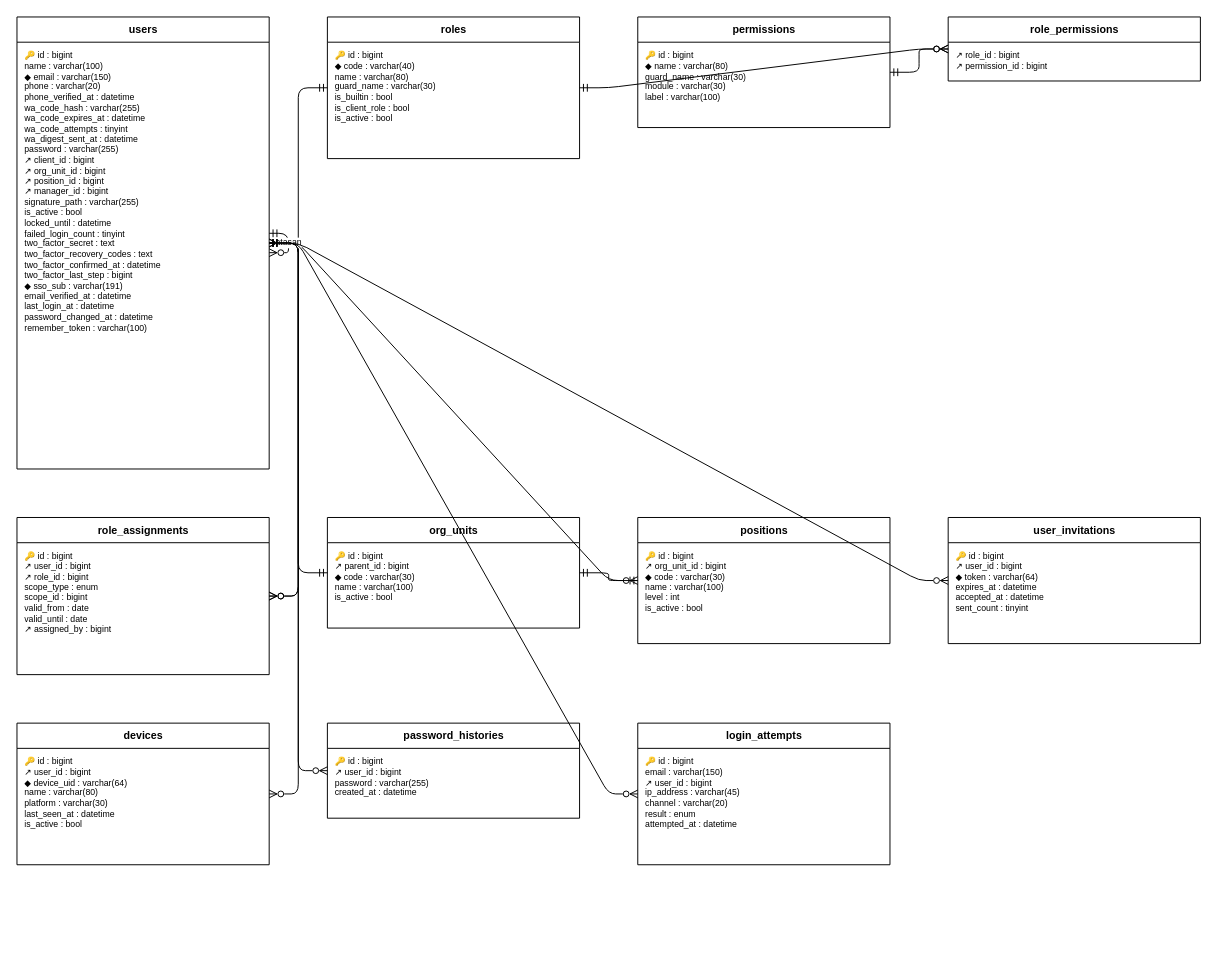
This is docs/diagram/erd-akses.drawio from HengkyDarmawan/wms, a draw.io file, before an edit. Source tidied: cells renumbered, new cells numbered last; positions are measured from the earlier drawing's top-left corner, leaving out a move shared by most shapes. Both pictures are drawn from the tidied source at 97%, with x=0, y=0 at pixel (16, 16).
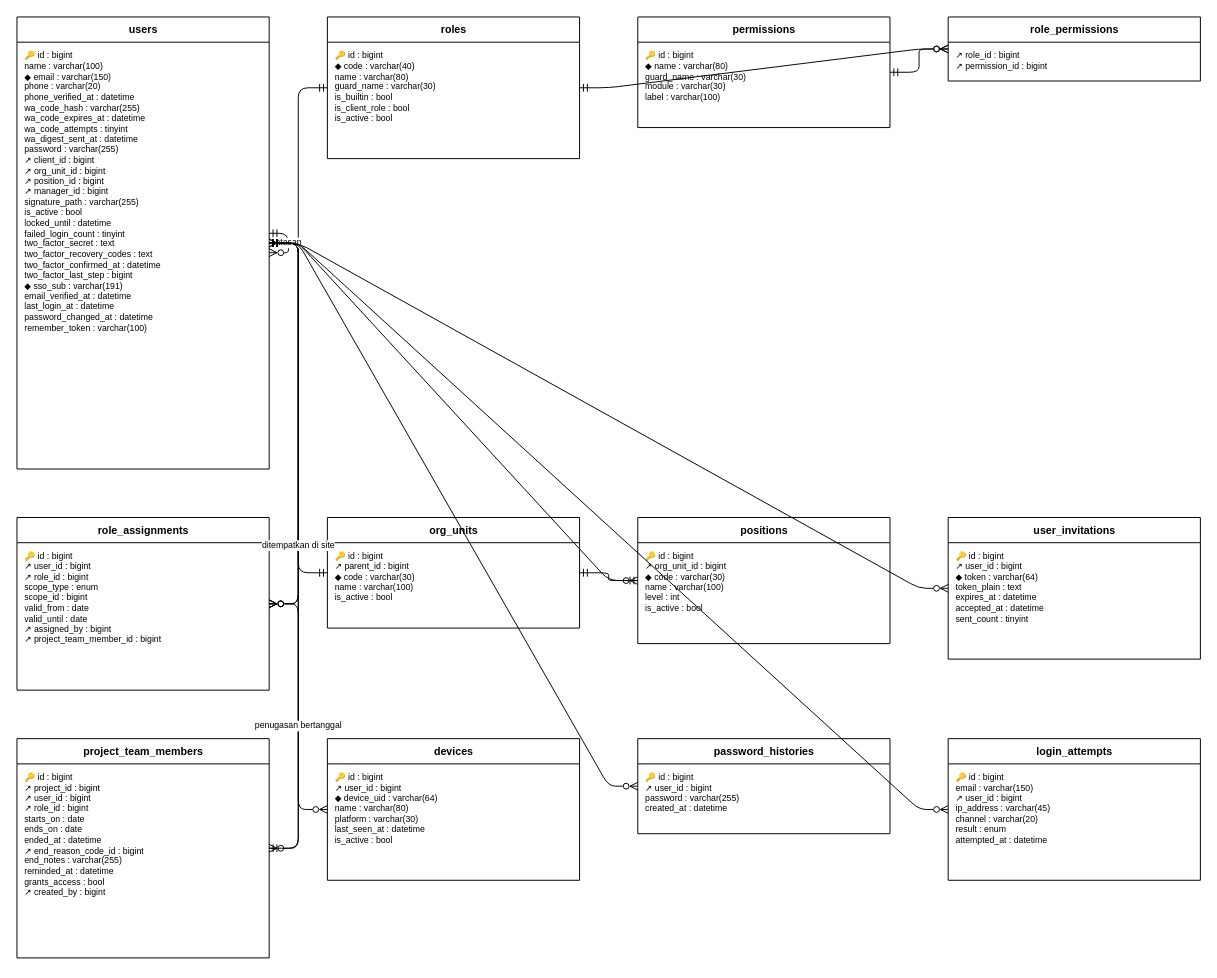
After the change.

The change refers to these unchanged cells:
```xml
<mxCell id="2" value="users" style="swimlane;fontStyle=1;horizontal=1;startSize=26;html=1;fontSize=11;fillColor=#FFFFFF;" parent="1" vertex="1">
  <mxGeometry width="260" height="466" as="geometry" />
</mxCell>
```

What changed in the source:
```diff
@@
     <mxCell id="10" value="role_assignments" style="swimlane;fontStyle=1;horizontal=1;startSize=26;html=1;fontSize=11;fillColor=#FFFFFF;" parent="1" vertex="1">
-      <mxGeometry y="516" width="260" height="162" as="geometry" />
+      <mxGeometry y="516" width="260" height="178" as="geometry" />
     </mxCell>
-    <mxCell id="11" value="🔑 id : bigint&lt;br&gt;↗ user_id : bigint&lt;br&gt;↗ role_id : bigint&lt;br&gt;scope_type : enum&lt;br&gt;scope_id : bigint&lt;br&gt;valid_from : date&lt;br&gt;valid_until : date&lt;br&gt;↗ assigned_by : bigint" style="text;html=1;strokeColor=none;fillColor=none;align=left;verticalAlign=top;spacingLeft=6;spacingTop=2;fontSize=9;whiteSpace=wrap;overflow=hidden;" parent="10" vertex="1">
-      <mxGeometry y="26" width="260" height="136" as="geometry" />
+    <mxCell id="11" value="🔑 id : bigint&lt;br&gt;↗ user_id : bigint&lt;br&gt;↗ role_id : bigint&lt;br&gt;scope_type : enum&lt;br&gt;scope_id : bigint&lt;br&gt;valid_from : date&lt;br&gt;valid_until : date&lt;br&gt;↗ assigned_by : bigint&lt;br&gt;↗ project_team_member_id : bigint" style="text;html=1;strokeColor=none;fillColor=none;align=left;verticalAlign=top;spacingLeft=6;spacingTop=2;fontSize=9;whiteSpace=wrap;overflow=hidden;" parent="10" vertex="1">
+      <mxGeometry y="26" width="260" height="152" as="geometry" />
     </mxCell>
@@
     <mxCell id="16" value="user_invitations" style="swimlane;fontStyle=1;horizontal=1;startSize=26;html=1;fontSize=11;fillColor=#FFFFFF;" parent="1" vertex="1">
-      <mxGeometry x="960" y="516" width="260" height="130" as="geometry" />
+      <mxGeometry x="960" y="516" width="260" height="146" as="geometry" />
     </mxCell>
-    <mxCell id="17" value="🔑 id : bigint&lt;br&gt;↗ user_id : bigint&lt;br&gt;◆ token : varchar(64)&lt;br&gt;expires_at : datetime&lt;br&gt;accepted_at : datetime&lt;br&gt;sent_count : tinyint" style="text;html=1;strokeColor=none;fillColor=none;align=left;verticalAlign=top;spacingLeft=6;spacingTop=2;fontSize=9;whiteSpace=wrap;overflow=hidden;" parent="16" vertex="1">
-      <mxGeometry y="26" width="260" height="104" as="geometry" />
+    <mxCell id="17" value="🔑 id : bigint&lt;br&gt;↗ user_id : bigint&lt;br&gt;◆ token : varchar(64)&lt;br&gt;token_plain : text&lt;br&gt;expires_at : datetime&lt;br&gt;accepted_at : datetime&lt;br&gt;sent_count : tinyint" style="text;html=1;strokeColor=none;fillColor=none;align=left;verticalAlign=top;spacingLeft=6;spacingTop=2;fontSize=9;whiteSpace=wrap;overflow=hidden;" parent="16" vertex="1">
+      <mxGeometry y="26" width="260" height="120" as="geometry" />
     </mxCell>
+    <mxCell id="36" value="project_team_members" style="swimlane;fontStyle=1;horizontal=1;startSize=26;html=1;fontSize=11;fillColor=#FFFFFF;" parent="1" vertex="1">
+      <mxGeometry y="744" width="260" height="226" as="geometry" />
+    </mxCell>
+    <mxCell id="37" value="🔑 id : bigint&lt;br&gt;↗ project_id : bigint&lt;br&gt;↗ user_id : bigint&lt;br&gt;↗ role_id : bigint&lt;br&gt;starts_on : date&lt;br&gt;ends_on : date&lt;br&gt;ended_at : datetime&lt;br&gt;↗ end_reason_code_id : bigint&lt;br&gt;end_notes : varchar(255)&lt;br&gt;reminded_at : datetime&lt;br&gt;grants_access : bool&lt;br&gt;↗ created_by : bigint" style="text;html=1;strokeColor=none;fillColor=none;align=left;verticalAlign=top;spacingLeft=6;spacingTop=2;fontSize=9;whiteSpace=wrap;overflow=hidden;" parent="36" vertex="1">
+      <mxGeometry y="26" width="260" height="200" as="geometry" />
+    </mxCell>
     <mxCell id="18" value="devices" style="swimlane;fontStyle=1;horizontal=1;startSize=26;html=1;fontSize=11;fillColor=#FFFFFF;" parent="1" vertex="1">
-      <mxGeometry y="728" width="260" height="146" as="geometry" />
+      <mxGeometry x="320" y="744" width="260" height="146" as="geometry" />
     </mxCell>
@@
     <mxCell id="20" value="password_histories" style="swimlane;fontStyle=1;horizontal=1;startSize=26;html=1;fontSize=11;fillColor=#FFFFFF;" parent="1" vertex="1">
-      <mxGeometry x="320" y="728" width="260" height="98" as="geometry" />
+      <mxGeometry x="640" y="744" width="260" height="98" as="geometry" />
     </mxCell>
@@
     <mxCell id="22" value="login_attempts" style="swimlane;fontStyle=1;horizontal=1;startSize=26;html=1;fontSize=11;fillColor=#FFFFFF;" parent="1" vertex="1">
-      <mxGeometry x="640" y="728" width="260" height="146" as="geometry" />
+      <mxGeometry x="960" y="744" width="260" height="146" as="geometry" />
     </mxCell>
@@
+    <mxCell id="38" value="ditempatkan di site" style="edgeStyle=entityRelationEdgeStyle;fontSize=9;html=1;endArrow=ERzeroToMany;startArrow=ERmandOne;endFill=0;startFill=0;" parent="1" edge="1" source="2" target="36">
+      <mxGeometry relative="1" as="geometry" />
+    </mxCell>
+    <mxCell id="39" value="penugasan bertanggal" style="edgeStyle=entityRelationEdgeStyle;fontSize=9;html=1;endArrow=ERzeroToMany;startArrow=ERmandOne;endFill=0;startFill=0;" parent="1" edge="1" source="36" target="10">
+      <mxGeometry relative="1" as="geometry" />
+    </mxCell>
```
